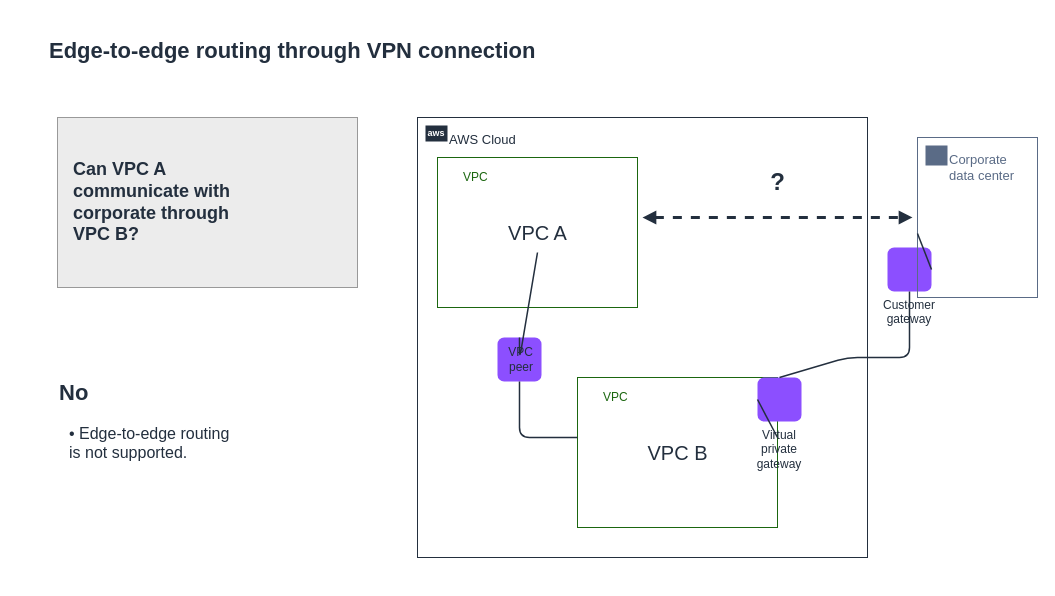
The draw.io diagram scripts/sec-eng-aws/diagrams/src/m06-edge-routing-vpn.drawio in schinchli/katalyst-lms-web, before the edit. Source tidied: cells renumbered, new cells numbered last; positions are measured from the earlier drawing's top-left corner, leaving out a move shared by most shapes. Both pictures are drawn from the tidied source at 100%, with x=0, y=0 at pixel (47, 33). Pictures stored in the file or linked from it are replaced by grey dashed boxes.
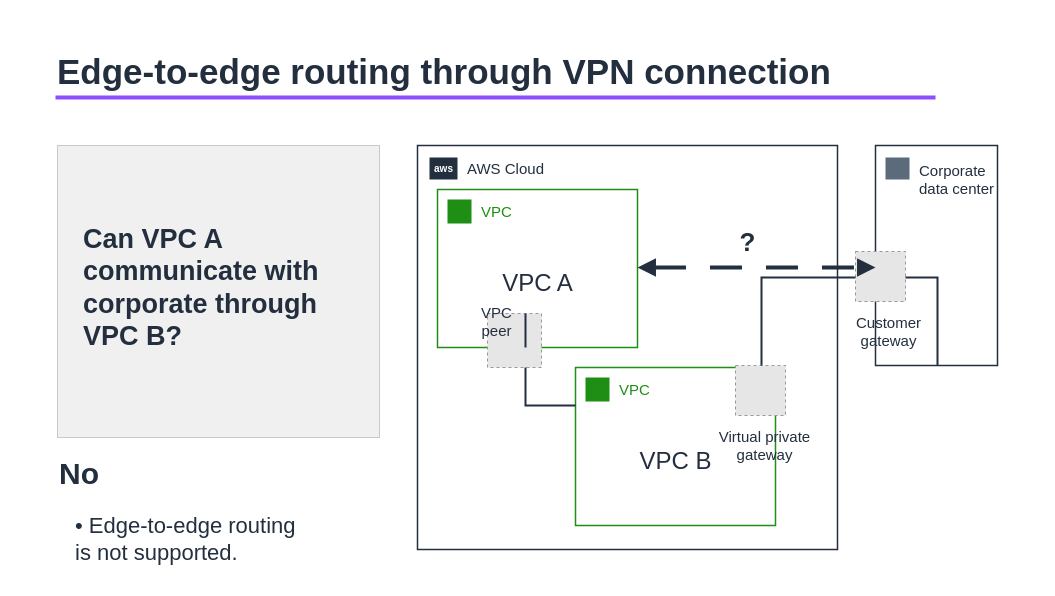
After the change.

What changed in the source:
```diff
@@
+    <mxCell id="24" style="rounded=0;whiteSpace=wrap;html=1;fillColor=#FFFFFF;strokeColor=none;" parent="1" vertex="1">
+      <mxGeometry x="-30" y="-16" width="1000" height="562" as="geometry" />
+    </mxCell>
-    <mxCell id="2" value="Edge-to-edge routing through VPN connection" style="text;html=1;align=left;verticalAlign=middle;fontSize=22;fontStyle=1;fontColor=#232F3E;" parent="1" vertex="1">
-      <mxGeometry width="800" height="36" as="geometry" />
+    <mxCell id="2" value="Edge-to-edge routing through VPN connection" style="text;html=1;align=left;verticalAlign=middle;fontSize=35;fontFamily=Amazon Ember;fontColor=#232F3E;fontStyle=1;" parent="1" vertex="1">
+      <mxGeometry x="8" y="14" width="760" height="48" as="geometry" />
     </mxCell>
+    <mxCell id="25" style="rounded=0;html=1;fillColor=#8C4FFF;strokeColor=none;" parent="1" vertex="1">
+      <mxGeometry x="8" y="62" width="880" height="4" as="geometry" />
+    </mxCell>
-    <mxCell id="3" value="Can VPC A&lt;br&gt;communicate with&lt;br&gt;corporate through&lt;br&gt;VPC B?" style="rounded=0;whiteSpace=wrap;html=1;fillColor=#ECECEC;strokeColor=#999999;fontSize=18;fontStyle=1;fontColor=#232F3E;align=left;spacingLeft=14;verticalAlign=middle;" parent="1" vertex="1">
-      <mxGeometry x="10" y="84" width="300" height="170" as="geometry" />
+    <mxCell id="3" style="rounded=0;html=1;fillColor=#F0F0F0;strokeColor=#C9C9C9;strokeWidth=1;" parent="1" vertex="1">
+      <mxGeometry x="10" y="112" width="322" height="292" as="geometry" />
     </mxCell>
+    <mxCell id="26" value="Can VPC A&#10;communicate with&#10;corporate through&#10;VPC B?" style="text;html=1;align=left;verticalAlign=middle;fontSize=27;fontFamily=Amazon Ember;fontColor=#232F3E;fontStyle=1;" parent="1" vertex="1">
+      <mxGeometry x="34" y="134" width="280" height="240" as="geometry" />
+    </mxCell>
-    <mxCell id="4" value="No" style="text;html=1;align=left;verticalAlign=middle;fontSize=22;fontStyle=1;fontColor=#232F3E;" parent="1" vertex="1">
-      <mxGeometry x="10" y="344" width="120" height="32" as="geometry" />
+    <mxCell id="4" value="No" style="text;html=1;align=left;verticalAlign=middle;fontSize=30;fontFamily=Amazon Ember;fontColor=#232F3E;fontStyle=1;" parent="1" vertex="1">
+      <mxGeometry x="10" y="420" width="120" height="40" as="geometry" />
     </mxCell>
-    <mxCell id="5" value="•   Edge-to-edge routing&lt;br&gt;     is not supported." style="text;html=1;align=left;verticalAlign=top;fontSize=16;fontColor=#232F3E;" parent="1" vertex="1">
-      <mxGeometry x="20" y="384" width="300" height="60" as="geometry" />
+    <mxCell id="5" value="•   Edge-to-edge routing&#10;     is not supported." style="text;html=1;align=left;verticalAlign=middle;fontSize=22;fontFamily=Amazon Ember;fontColor=#232F3E;" parent="1" vertex="1">
+      <mxGeometry x="26" y="476" width="300" height="60" as="geometry" />
     </mxCell>
+    <mxCell id="27" style="rounded=0;html=1;fillColor=none;strokeColor=#232F3E;strokeWidth=1.5;" parent="1" vertex="1">
+      <mxGeometry x="370" y="112" width="420" height="404" as="geometry" />
+    </mxCell>
+    <mxCell id="7" value="aws" style="rounded=0;html=1;fillColor=#232F3E;strokeColor=none;fontColor=#FFFFFF;fontSize=10;fontStyle=1;fontFamily=Amazon Ember;" parent="1" vertex="1">
+      <mxGeometry x="382" y="124" width="28" height="22" as="geometry" />
+    </mxCell>
-    <mxCell id="6" value="AWS Cloud" style="rounded=0;whiteSpace=wrap;html=1;fillColor=none;strokeColor=#232F3E;verticalAlign=top;align=left;spacingLeft=30;spacingTop=8;fontSize=13;fontColor=#232F3E;" parent="1" vertex="1">
-      <mxGeometry x="370" y="84" width="450" height="440" as="geometry" />
+    <mxCell id="6" value="AWS Cloud" style="text;html=1;align=left;verticalAlign=middle;fontSize=15;fontFamily=Amazon Ember;fontColor=#232F3E;" parent="1" vertex="1">
+      <mxGeometry x="418" y="124" width="130" height="22" as="geometry" />
     </mxCell>
-    <mxCell id="7" value="aws" style="rounded=0;whiteSpace=wrap;html=1;fillColor=#232F3E;strokeColor=none;fontColor=#FFFFFF;fontSize=9;fontStyle=1;" parent="1" vertex="1">
-      <mxGeometry x="378" y="92" width="22" height="16" as="geometry" />
-    </mxCell>
-    <mxCell id="8" value="VPC" style="rounded=0;whiteSpace=wrap;html=1;fillColor=none;strokeColor=#1B660F;verticalAlign=top;align=left;spacingLeft=24;spacingTop=6;fontSize=12;fontColor=#1B660F;" parent="1" vertex="1">
-      <mxGeometry x="390" y="124" width="200" height="150" as="geometry" />
+    <mxCell id="8" style="rounded=0;html=1;fillColor=none;strokeColor=#1E8E14;strokeWidth=1.5;" parent="1" vertex="1">
+      <mxGeometry x="390" y="156" width="200" height="158" as="geometry" />
     </mxCell>
+    <mxCell id="28" style="rounded=0;html=1;fillColor=#1E8E14;strokeColor=none;" parent="1" vertex="1">
+      <mxGeometry x="400" y="166" width="24" height="24" as="geometry" />
+    </mxCell>
+    <mxCell id="29" value="VPC" style="text;html=1;align=left;verticalAlign=middle;fontSize=15;fontFamily=Amazon Ember;fontColor=#1E8E14;" parent="1" vertex="1">
+      <mxGeometry x="432" y="166" width="80" height="24" as="geometry" />
+    </mxCell>
-    <mxCell id="9" value="VPC A" style="text;html=1;align=center;verticalAlign=middle;fontSize=20;fontStyle=0;fontColor=#232F3E;" parent="1" vertex="1">
-      <mxGeometry x="420" y="179" width="140" height="40" as="geometry" />
+    <mxCell id="9" value="VPC A" style="text;html=1;align=center;verticalAlign=middle;fontSize=24;fontFamily=Amazon Ember;fontColor=#232F3E;" parent="1" vertex="1">
+      <mxGeometry x="390" y="235" width="200" height="30" as="geometry" />
     </mxCell>
-    <mxCell id="10" value="VPC" style="rounded=0;whiteSpace=wrap;html=1;fillColor=none;strokeColor=#1B660F;verticalAlign=top;align=left;spacingLeft=24;spacingTop=6;fontSize=12;fontColor=#1B660F;" parent="1" vertex="1">
-      <mxGeometry x="530" y="344" width="200" height="150" as="geometry" />
+    <mxCell id="10" style="rounded=0;html=1;fillColor=none;strokeColor=#1E8E14;strokeWidth=1.5;" parent="1" vertex="1">
+      <mxGeometry x="528" y="334" width="200" height="158" as="geometry" />
     </mxCell>
+    <mxCell id="30" style="rounded=0;html=1;fillColor=#1E8E14;strokeColor=none;" parent="1" vertex="1">
+      <mxGeometry x="538" y="344" width="24" height="24" as="geometry" />
+    </mxCell>
+    <mxCell id="31" value="VPC" style="text;html=1;align=left;verticalAlign=middle;fontSize=15;fontFamily=Amazon Ember;fontColor=#1E8E14;" parent="1" vertex="1">
+      <mxGeometry x="570" y="344" width="80" height="24" as="geometry" />
+    </mxCell>
-    <mxCell id="11" value="VPC B" style="text;html=1;align=center;verticalAlign=middle;fontSize=20;fontStyle=0;fontColor=#232F3E;" parent="1" vertex="1">
-      <mxGeometry x="560" y="399" width="140" height="40" as="geometry" />
+    <mxCell id="11" value="VPC B" style="text;html=1;align=center;verticalAlign=middle;fontSize=24;fontFamily=Amazon Ember;fontColor=#232F3E;" parent="1" vertex="1">
+      <mxGeometry x="528" y="413" width="200" height="30" as="geometry" />
     </mxCell>
-    <mxCell id="12" value="VPC&lt;br&gt;peer" style="rounded=1;whiteSpace=wrap;html=1;fillColor=#8C4FFF;strokeColor=none;fontColor=#232F3E;fontSize=12;verticalLabelPosition=left;verticalAlign=middle;align=right;spacingRight=6;" parent="1" vertex="1">
-      <mxGeometry x="450" y="304" width="44" height="44" as="geometry" />
+    <mxCell id="12" style="fillColor=#E6E6E6;strokeColor=#999999;dashed=1;html=1;verticalLabelPosition=bottom;verticalAlign=top;align=center;fontColor=#232F3E;fontSize=13;fontFamily=Amazon Ember;labelBackgroundColor=none;" parent="1" vertex="1">
+      <mxGeometry x="440" y="280" width="54" height="54" as="geometry" />
     </mxCell>
+    <mxCell id="32" value="VPC&#10;peer" style="text;html=1;align=center;verticalAlign=middle;fontSize=15;fontFamily=Amazon Ember;fontColor=#232F3E;" parent="1" vertex="1">
+      <mxGeometry x="414" y="264" width="70" height="48" as="geometry" />
+    </mxCell>
+    <mxCell id="33" style="fillColor=#E6E6E6;strokeColor=#999999;dashed=1;html=1;verticalLabelPosition=bottom;verticalAlign=top;align=center;fontColor=#232F3E;fontSize=13;fontFamily=Amazon Ember;labelBackgroundColor=none;" parent="1" vertex="1">
+      <mxGeometry x="688" y="332" width="50" height="50" as="geometry" />
+    </mxCell>
-    <mxCell id="13" value="Virtual private&lt;br&gt;gateway" style="rounded=1;whiteSpace=wrap;html=1;fillColor=#8C4FFF;strokeColor=none;fontColor=#232F3E;fontSize=12;verticalLabelPosition=bottom;verticalAlign=top;" parent="1" vertex="1">
-      <mxGeometry x="710" y="344" width="44" height="44" as="geometry" />
+    <mxCell id="13" value="Virtual private&#10;gateway" style="text;html=1;align=center;verticalAlign=middle;fontSize=15;fontFamily=Amazon Ember;fontColor=#232F3E;" parent="1" vertex="1">
+      <mxGeometry x="642" y="388" width="150" height="48" as="geometry" />
     </mxCell>
+    <mxCell id="34" style="endArrow=none;endSize=8;startArrow=none;startSize=8;html=1;rounded=0;strokeColor=#232F3E;strokeWidth=2;" parent="1" edge="1">
+      <mxGeometry relative="1" as="geometry">
+        <mxPoint x="478" y="314" as="sourcePoint" />
+        <mxPoint x="478" y="280" as="targetPoint" />
+      </mxGeometry>
+    </mxCell>
+    <mxCell id="35" style="endArrow=none;endSize=8;startArrow=none;startSize=8;html=1;rounded=0;strokeColor=#232F3E;strokeWidth=2;" parent="1" edge="1">
+      <mxGeometry relative="1" as="geometry">
+        <mxPoint x="478" y="334" as="sourcePoint" />
+        <mxPoint x="528" y="372" as="targetPoint" />
+        <Array as="points">
+          <mxPoint x="478" y="372" />
+        </Array>
+      </mxGeometry>
+    </mxCell>
+    <mxCell id="36" style="rounded=0;html=1;fillColor=none;strokeColor=#232F3E;strokeWidth=1.5;" parent="1" vertex="1">
+      <mxGeometry x="828" y="112" width="122" height="220" as="geometry" />
+    </mxCell>
+    <mxCell id="37" style="rounded=0;html=1;fillColor=#5B6B7B;strokeColor=none;" parent="1" vertex="1">
+      <mxGeometry x="838" y="124" width="24" height="22" as="geometry" />
+    </mxCell>
+    <mxCell id="15" value="Corporate&#10;data center" style="text;html=1;align=left;verticalAlign=middle;fontSize=15;fontFamily=Amazon Ember;fontColor=#232F3E;" parent="1" vertex="1">
+      <mxGeometry x="870" y="122" width="90" height="48" as="geometry" />
+    </mxCell>
-    <mxCell id="14" value="Customer&lt;br&gt;gateway" style="rounded=1;whiteSpace=wrap;html=1;fillColor=#8C4FFF;strokeColor=none;fontColor=#232F3E;fontSize=12;verticalLabelPosition=bottom;verticalAlign=top;" parent="1" vertex="1">
-      <mxGeometry x="840" y="214" width="44" height="44" as="geometry" />
+    <mxCell id="14" style="fillColor=#E6E6E6;strokeColor=#999999;dashed=1;html=1;verticalLabelPosition=bottom;verticalAlign=top;align=center;fontColor=#232F3E;fontSize=13;fontFamily=Amazon Ember;labelBackgroundColor=none;" parent="1" vertex="1">
+      <mxGeometry x="808" y="218" width="50" height="50" as="geometry" />
     </mxCell>
-    <mxCell id="15" value="Corporate&lt;br&gt;data center" style="rounded=0;whiteSpace=wrap;html=1;fillColor=none;strokeColor=#5A6B86;verticalAlign=top;align=left;spacingLeft=30;spacingTop=8;fontSize=13;fontColor=#5A6B86;" parent="1" vertex="1">
-      <mxGeometry x="870" y="104" width="120" height="160" as="geometry" />
-    </mxCell>
-    <mxCell id="16" style="rounded=0;whiteSpace=wrap;html=1;fillColor=#5A6B86;strokeColor=none;" parent="1" vertex="1">
-      <mxGeometry x="878" y="112" width="22" height="20" as="geometry" />
-    </mxCell>
+    <mxCell id="38" value="Customer&#10;gateway" style="text;html=1;align=center;verticalAlign=middle;fontSize=15;fontFamily=Amazon Ember;fontColor=#232F3E;" parent="1" vertex="1">
+      <mxGeometry x="776" y="274" width="130" height="48" as="geometry" />
+    </mxCell>
+    <mxCell id="39" style="endArrow=none;endSize=8;startArrow=none;startSize=8;html=1;rounded=0;strokeColor=#232F3E;strokeWidth=2;" parent="1" edge="1">
+      <mxGeometry relative="1" as="geometry">
+        <mxPoint x="714" y="332" as="sourcePoint" />
+        <mxPoint x="808" y="244" as="targetPoint" />
+        <Array as="points">
+          <mxPoint x="714" y="244" />
+        </Array>
+      </mxGeometry>
+    </mxCell>
+    <mxCell id="40" style="endArrow=none;endSize=8;startArrow=none;startSize=8;html=1;rounded=0;strokeColor=#232F3E;strokeWidth=2;" parent="1" edge="1">
+      <mxGeometry relative="1" as="geometry">
+        <mxPoint x="858" y="244" as="sourcePoint" />
+        <mxPoint x="890" y="332" as="targetPoint" />
+        <Array as="points">
+          <mxPoint x="890" y="244" />
+        </Array>
+      </mxGeometry>
+    </mxCell>
+    <mxCell id="41" style="endArrow=block;endSize=8;startArrow=block;startSize=8;html=1;rounded=0;dashed=1;dashPattern=8 6;strokeColor=#232F3E;strokeWidth=4;" parent="1" edge="1">
+      <mxGeometry relative="1" as="geometry">
+        <mxPoint x="590" y="234" as="sourcePoint" />
+        <mxPoint x="828" y="234" as="targetPoint" />
+      </mxGeometry>
+    </mxCell>
-    <mxCell id="17" value="?" style="text;html=1;align=center;verticalAlign=middle;fontSize=24;fontStyle=1;fontColor=#232F3E;" parent="1" vertex="1">
-      <mxGeometry x="710" y="134" width="40" height="30" as="geometry" />
+    <mxCell id="17" value="?" style="text;html=1;align=center;verticalAlign=middle;fontSize=26;fontFamily=Amazon Ember;fontColor=#232F3E;fontStyle=1;" parent="1" vertex="1">
+      <mxGeometry x="670" y="194" width="60" height="30" as="geometry" />
     </mxCell>
-    <mxCell id="18" style="endArrow=block;startArrow=block;html=1;strokeColor=#232F3E;strokeWidth=3;dashed=1;" parent="1" edge="1">
-      <mxGeometry relative="1" as="geometry">
-        <mxPoint x="595" y="184" as="sourcePoint" />
-        <mxPoint x="865" y="184" as="targetPoint" />
-      </mxGeometry>
-    </mxCell>
-    <mxCell id="19" style="endArrow=none;html=1;strokeColor=#232F3E;strokeWidth=1.5;exitX=0.5;exitY=1;exitDx=0;exitDy=0;entryX=0.5;entryY=0;entryDx=0;entryDy=0;" parent="1" edge="1" source="9" target="12">
-      <mxGeometry relative="1" as="geometry">
-        <Array as="points">
-          <mxPoint x="472" y="326" />
-        </Array>
-      </mxGeometry>
-    </mxCell>
-    <mxCell id="20" style="endArrow=none;html=1;strokeColor=#232F3E;strokeWidth=1.5;exitX=0.5;exitY=1;exitDx=0;exitDy=0;entryX=0;entryY=0.4;entryDx=0;entryDy=0;" parent="1" edge="1" source="12" target="10">
-      <mxGeometry relative="1" as="geometry">
-        <Array as="points">
-          <mxPoint x="472" y="404" />
-        </Array>
-      </mxGeometry>
-    </mxCell>
-    <mxCell id="21" style="endArrow=none;html=1;strokeColor=#232F3E;strokeWidth=1.5;exitX=1;exitY=0.4;exitDx=0;exitDy=0;entryX=0;entryY=0.5;entryDx=0;entryDy=0;" parent="1" edge="1" source="10" target="13">
-      <mxGeometry relative="1" as="geometry" />
-    </mxCell>
-    <mxCell id="22" style="endArrow=none;html=1;strokeColor=#232F3E;strokeWidth=1.5;exitX=0.5;exitY=0;exitDx=0;exitDy=0;entryX=0.5;entryY=1;entryDx=0;entryDy=0;" parent="1" edge="1" source="13" target="14">
-      <mxGeometry relative="1" as="geometry">
-        <Array as="points">
-          <mxPoint x="800" y="324" />
-          <mxPoint x="862" y="324" />
-        </Array>
-      </mxGeometry>
-    </mxCell>
-    <mxCell id="23" style="endArrow=none;html=1;strokeColor=#232F3E;strokeWidth=1.5;exitX=1;exitY=0.5;exitDx=0;exitDy=0;entryX=0;entryY=0.6;entryDx=0;entryDy=0;" parent="1" edge="1" source="14" target="15">
-      <mxGeometry relative="1" as="geometry" />
-    </mxCell>
```
